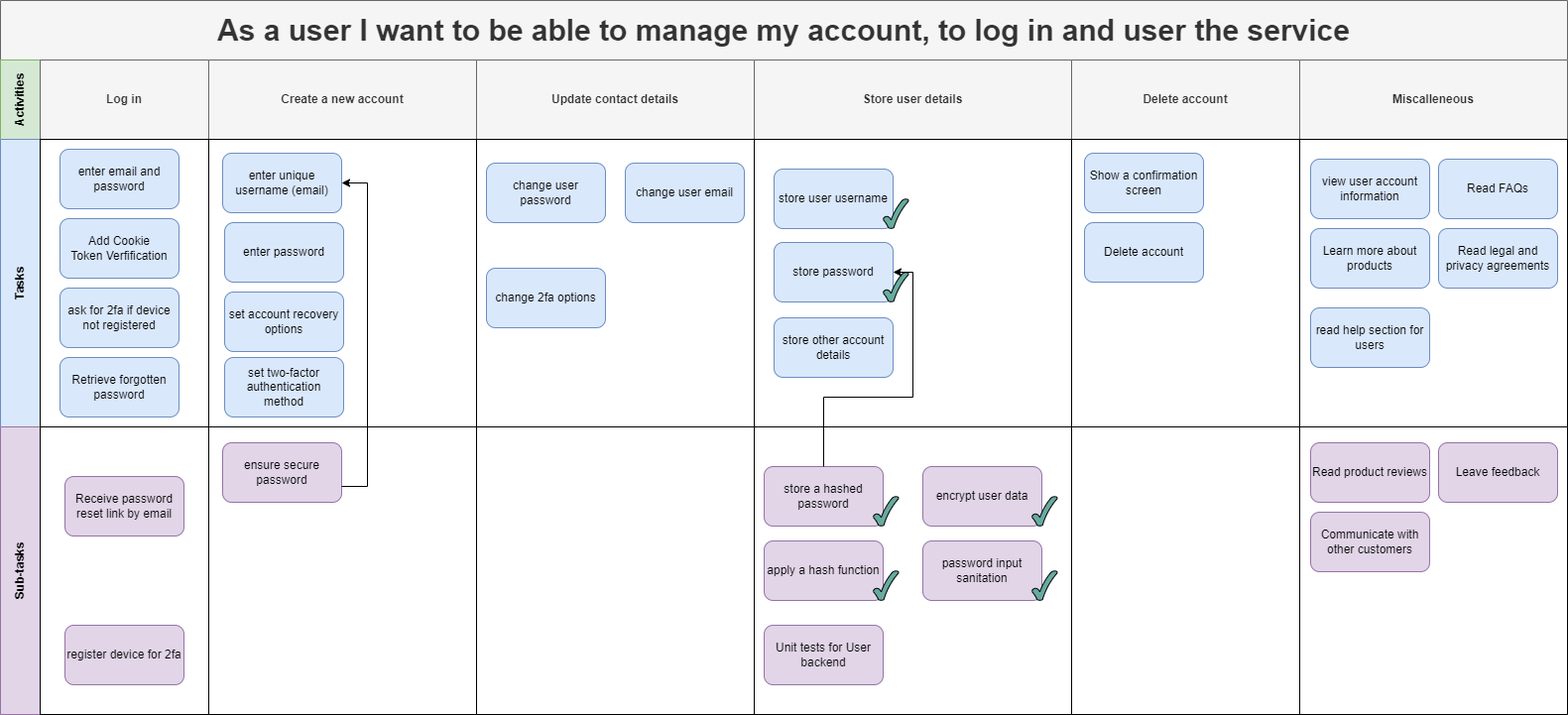
Above: Documentation/Project Diagrams/Story Maps/Manage Account Theme.png in ickeyben123/AR (draw.io), before the change. Source tidied: cells renumbered, new cells last; positions are measured from the earlier drawing's top-left corner, leaving out a move shared by most shapes.
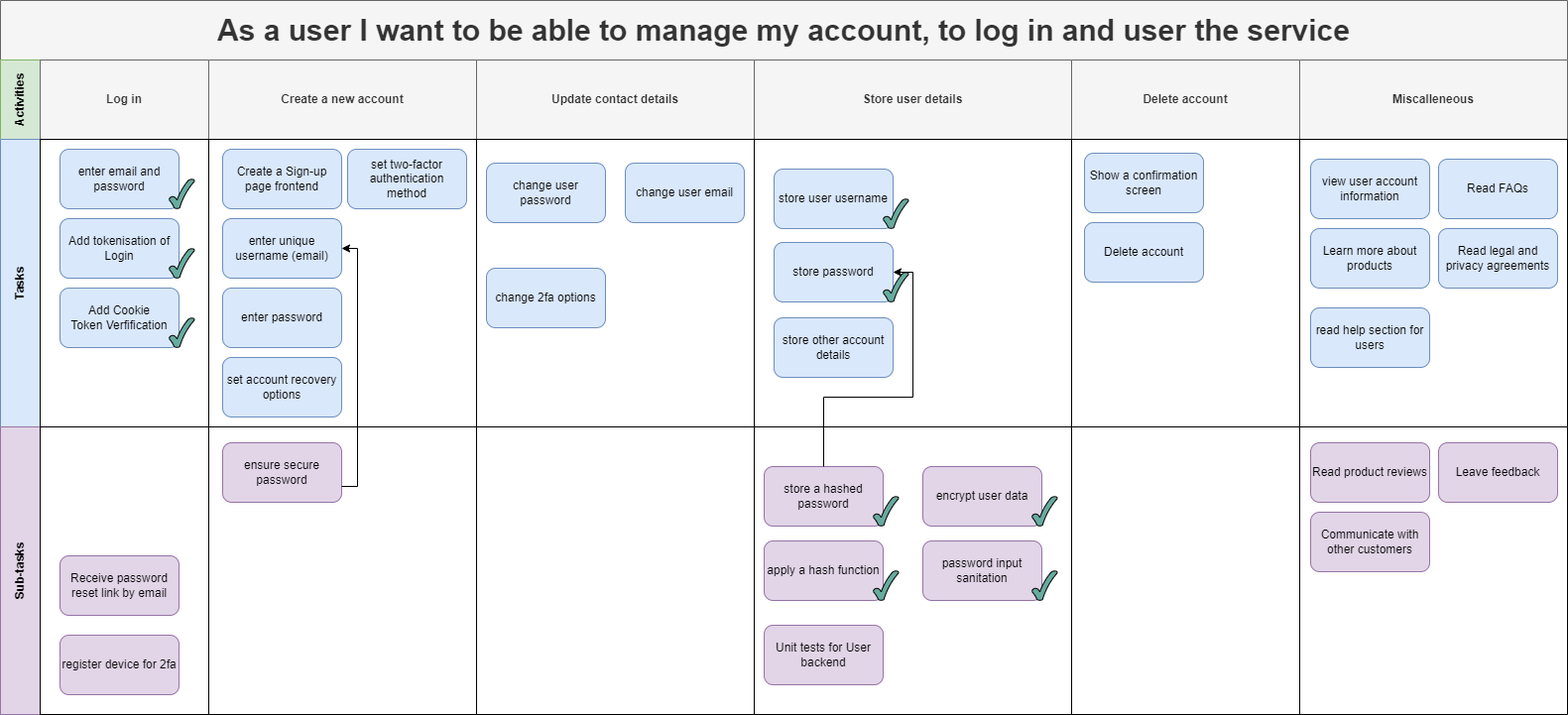
After the commit.

What changed in the source:
```diff
@@ -32,33 +32,42 @@
     <mxCell id="11" style="swimlane;startSize=0;html=1;whiteSpace=wrap;" parent="10" vertex="1">
       <mxGeometry x="40" width="170" height="290" as="geometry" />
     </mxCell>
-    <mxCell id="12" value="Retrieve forgotten password" style="rounded=1;whiteSpace=wrap;html=1;strokeWidth=1;fillColor=#dae8fc;strokeColor=#6c8ebf;" parent="11" vertex="1">
-      <mxGeometry x="20" y="220" width="120" height="60" as="geometry" />
-    </mxCell>
     <mxCell id="13" value="enter email and password" style="rounded=1;whiteSpace=wrap;html=1;strokeWidth=1;fillColor=#dae8fc;strokeColor=#6c8ebf;" parent="11" vertex="1">
       <mxGeometry x="20" y="10" width="120" height="60" as="geometry" />
     </mxCell>
-    <mxCell id="14" value="ask for 2fa if device not registered" style="rounded=1;whiteSpace=wrap;html=1;strokeWidth=1;fillColor=#dae8fc;strokeColor=#6c8ebf;" parent="11" vertex="1">
-      <mxGeometry x="20" y="150" width="120" height="60" as="geometry" />
-    </mxCell>
     <mxCell id="15" value="Add Cookie &lt;br&gt;Token Verfification" style="rounded=1;whiteSpace=wrap;html=1;strokeWidth=1;fillColor=#dae8fc;strokeColor=#6c8ebf;" parent="11" vertex="1">
-      <mxGeometry x="20" y="80" width="120" height="60" as="geometry" />
+      <mxGeometry x="20" y="150" width="120" height="60" as="geometry" />
     </mxCell>
+    <mxCell id="64" style="verticalLabelPosition=bottom;verticalAlign=top;html=1;shape=mxgraph.basic.tick;fillColor=#67AB9F;" parent="11" vertex="1">
+      <mxGeometry x="130" y="40" width="25.5" height="30" as="geometry" />
+    </mxCell>
+    <mxCell id="65" value="Add tokenisation of Login" style="rounded=1;whiteSpace=wrap;html=1;strokeWidth=1;fillColor=#dae8fc;strokeColor=#6c8ebf;" parent="11" vertex="1">
+      <mxGeometry x="20" y="80" width="120" height="60" as="geometry" />
+    </mxCell>
+    <mxCell id="66" style="verticalLabelPosition=bottom;verticalAlign=top;html=1;shape=mxgraph.basic.tick;fillColor=#67AB9F;" parent="11" vertex="1">
+      <mxGeometry x="130" y="110" width="25.5" height="30" as="geometry" />
+    </mxCell>
+    <mxCell id="67" style="verticalLabelPosition=bottom;verticalAlign=top;html=1;shape=mxgraph.basic.tick;fillColor=#67AB9F;" parent="11" vertex="1">
+      <mxGeometry x="130" y="180" width="25.5" height="30" as="geometry" />
+    </mxCell>
     <mxCell id="16" style="swimlane;startSize=0;html=1;whiteSpace=wrap;" parent="10" vertex="1">
       <mxGeometry x="210" width="270" height="290" as="geometry" />
     </mxCell>
     <mxCell id="17" value="enter unique username (email)" style="rounded=1;whiteSpace=wrap;html=1;strokeWidth=1;fillColor=#dae8fc;strokeColor=#6c8ebf;" parent="16" vertex="1">
-      <mxGeometry x="14" y="14" width="120" height="60" as="geometry" />
+      <mxGeometry x="14" y="80" width="120" height="60" as="geometry" />
     </mxCell>
     <mxCell id="18" value="set two-factor authentication method" style="rounded=1;whiteSpace=wrap;html=1;strokeWidth=1;fillColor=#dae8fc;strokeColor=#6c8ebf;" parent="16" vertex="1">
-      <mxGeometry x="16" y="220" width="120" height="60" as="geometry" />
+      <mxGeometry x="140" y="10" width="120" height="60" as="geometry" />
     </mxCell>
     <mxCell id="19" value="set account recovery options" style="rounded=1;whiteSpace=wrap;html=1;strokeWidth=1;fillColor=#dae8fc;strokeColor=#6c8ebf;" parent="16" vertex="1">
-      <mxGeometry x="16" y="154" width="120" height="60" as="geometry" />
+      <mxGeometry x="14" y="220" width="120" height="60" as="geometry" />
     </mxCell>
     <mxCell id="20" value="enter password" style="rounded=1;whiteSpace=wrap;html=1;strokeWidth=1;fillColor=#dae8fc;strokeColor=#6c8ebf;" parent="16" vertex="1">
-      <mxGeometry x="16" y="84" width="120" height="60" as="geometry" />
+      <mxGeometry x="14" y="150" width="120" height="60" as="geometry" />
     </mxCell>
+    <mxCell id="68" value="Create a Sign-up page frontend" style="rounded=1;whiteSpace=wrap;html=1;strokeWidth=1;fillColor=#dae8fc;strokeColor=#6c8ebf;" parent="16" vertex="1">
+      <mxGeometry x="14" y="10" width="120" height="60" as="geometry" />
+    </mxCell>
     <mxCell id="21" style="swimlane;startSize=0;html=1;whiteSpace=wrap;" parent="10" vertex="1">
       <mxGeometry x="480" width="280" height="290" as="geometry" />
     </mxCell>
@@ -86,6 +95,9 @@
     <mxCell id="29" style="verticalLabelPosition=bottom;verticalAlign=top;html=1;shape=mxgraph.basic.tick;fillColor=#67AB9F;" parent="25" vertex="1">
       <mxGeometry x="130" y="134" width="25.5" height="30" as="geometry" />
     </mxCell>
+    <mxCell id="63" style="verticalLabelPosition=bottom;verticalAlign=top;html=1;shape=mxgraph.basic.tick;fillColor=#67AB9F;" parent="25" vertex="1">
+      <mxGeometry x="130" y="60" width="25.5" height="30" as="geometry" />
+    </mxCell>
     <mxCell id="30" style="swimlane;startSize=0;html=1;whiteSpace=wrap;" parent="10" vertex="1">
       <mxGeometry x="1080" width="230" height="290" as="geometry" />
     </mxCell>
@@ -120,10 +132,10 @@
       <mxGeometry x="40" width="170" height="290" as="geometry" />
     </mxCell>
     <mxCell id="41" value="Receive password reset link by email" style="rounded=1;whiteSpace=wrap;html=1;strokeWidth=1;fillColor=#e1d5e7;strokeColor=#9673a6;" parent="40" vertex="1">
-      <mxGeometry x="25" y="50" width="120" height="60" as="geometry" />
+      <mxGeometry x="20" y="130" width="120" height="60" as="geometry" />
     </mxCell>
     <mxCell id="42" value="register device for 2fa" style="rounded=1;whiteSpace=wrap;html=1;strokeWidth=1;fillColor=#e1d5e7;strokeColor=#9673a6;" parent="40" vertex="1">
-      <mxGeometry x="25" y="200" width="120" height="60" as="geometry" />
+      <mxGeometry x="20" y="210" width="120" height="60" as="geometry" />
     </mxCell>
     <mxCell id="43" style="swimlane;startSize=0;html=1;whiteSpace=wrap;" parent="39" vertex="1">
       <mxGeometry x="210" width="270" height="290" as="geometry" />
@@ -182,8 +194,8 @@
     <mxCell id="61" style="edgeStyle=orthogonalEdgeStyle;rounded=0;jettySize=auto;html=1;entryX=1;entryY=0.5;entryDx=0;entryDy=0;" parent="2" edge="1" source="44" target="17">
       <mxGeometry relative="1" as="geometry">
         <Array as="points">
-          <mxPoint x="370" y="490" />
-          <mxPoint x="370" y="184" />
+          <mxPoint x="360" y="490" />
+          <mxPoint x="360" y="250" />
         </Array>
       </mxGeometry>
     </mxCell>
@@ -196,8 +208,5 @@
         </Array>
       </mxGeometry>
     </mxCell>
-    <mxCell id="63" style="verticalLabelPosition=bottom;verticalAlign=top;html=1;shape=mxgraph.basic.tick;fillColor=#67AB9F;" parent="1" vertex="1">
-      <mxGeometry x="890" y="200" width="25.5" height="30" as="geometry" />
-    </mxCell>
   </root>
 </mxGraphModel>
```
